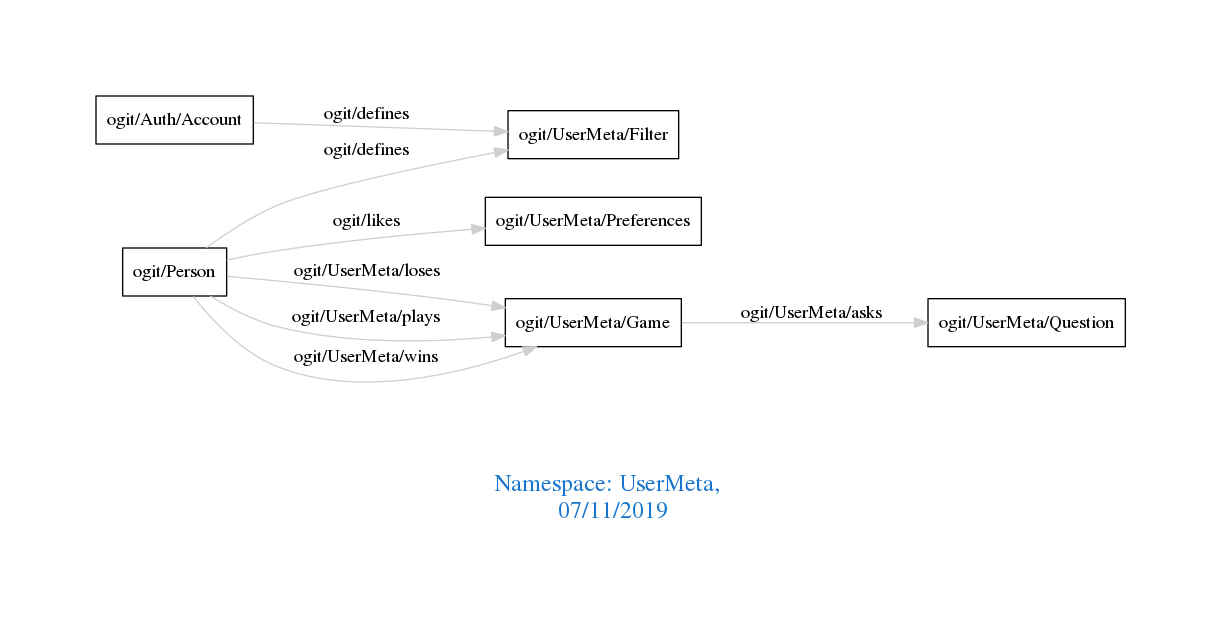
Before: downloads/UserMeta.png, a diagram exported from Graphviz (arago/OGIT). Its source is kept beside it as downloads/UserMeta.dot.
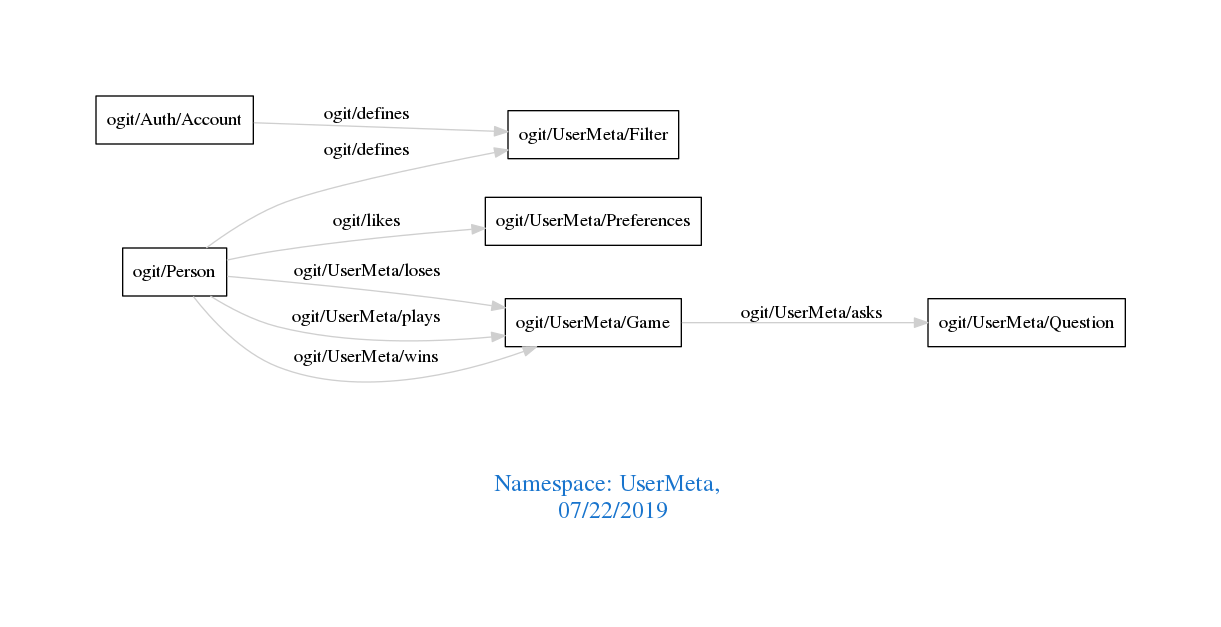
After the change.

Change to the diagram source:
```diff
@@ -1,7 +1,7 @@
 digraph OGIT_ontology {
  graph [ rankdir= LR,pad=1
 fontsize = 18,
-fontcolor= dodgerblue3,label = "\n\n\nNamespace: UserMeta, \n 07/11/2019"];
+fontcolor= dodgerblue3,label = "\n\n\nNamespace: UserMeta, \n 07/22/2019"];
 node[shape=polygon];
 edge [  color="gray81"];
 
```
